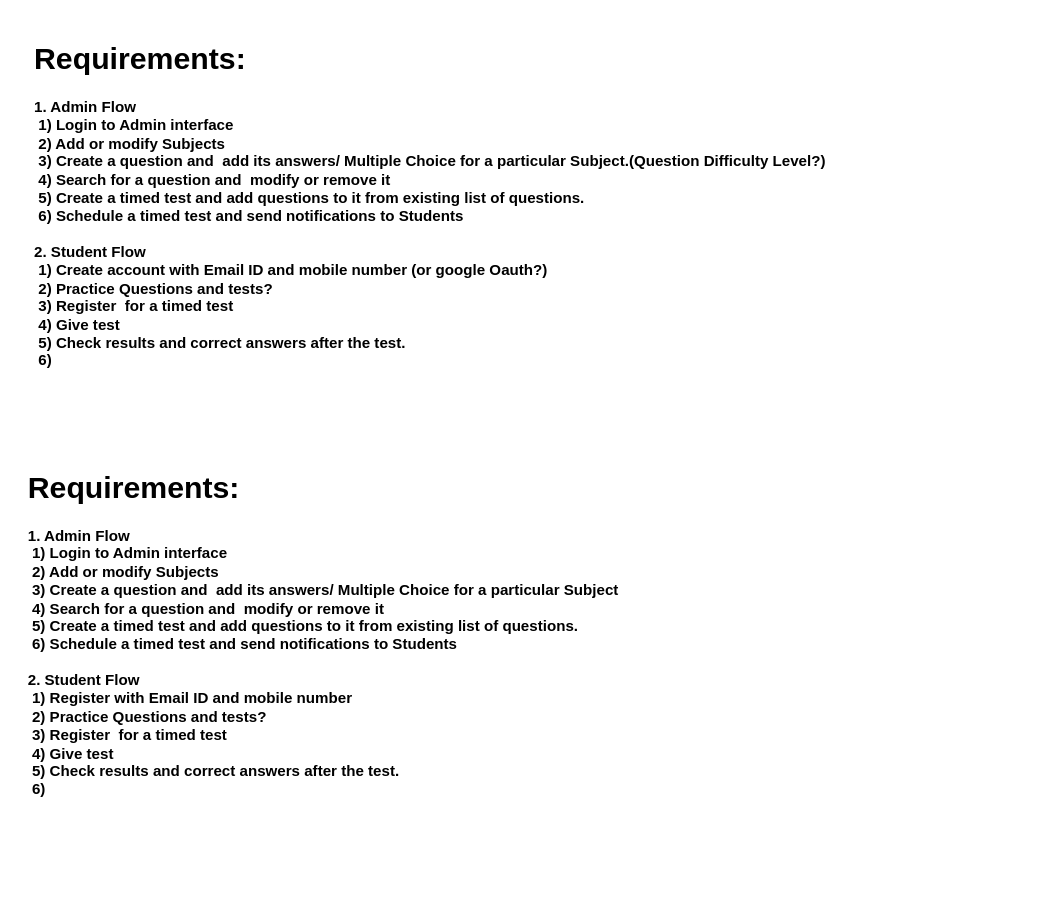
Before: page "Requirements" (1 of 2) of System Design- Pareeksha.drawio in Saikapp/order-management-system, a draw.io diagram. Source tidied: cells renumbered, new cells numbered last; positions are measured from the earlier drawing's top-left corner, leaving out a move shared by most shapes. Both pictures are drawn from the tidied source at 126%, with x=0, y=0 at pixel (21, 34).
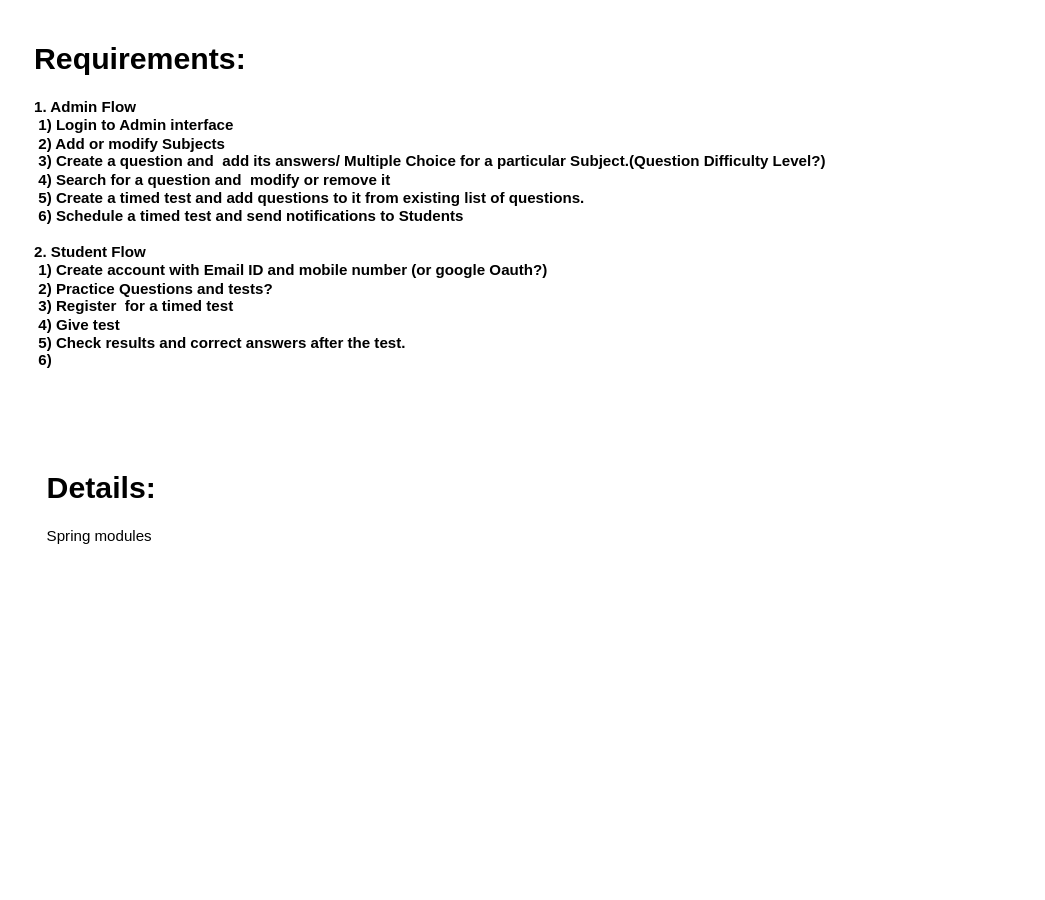
The same page after the edit.

The edit, as a diff of the source:
```diff
@@
 <mxGraphModel>
   <root>
     <mxCell id="0" />
     <mxCell id="1" parent="0" />
     <mxCell id="2" value="&lt;h1&gt;Requirements:&lt;/h1&gt;&lt;div&gt;&lt;b&gt;1. Admin Flow&lt;/b&gt;&lt;/div&gt;&lt;div&gt;&lt;b&gt;&lt;span style=&quot;white-space: pre;&quot;&gt; &lt;/span&gt;1)&amp;nbsp;Login to Admin interface&lt;br&gt;&lt;/b&gt;&lt;/div&gt;&lt;div&gt;&lt;b&gt;&lt;span style=&quot;white-space: pre;&quot;&gt; &lt;/span&gt;2) Add or modify Subjects&lt;br&gt;&lt;/b&gt;&lt;/div&gt;&lt;div&gt;&lt;b&gt;&lt;span style=&quot;white-space: pre;&quot;&gt; &lt;/span&gt;3) Create a question and&amp;nbsp; add its answers/ Multiple Choice for a particular Subject.(Question Difficulty Level?)&lt;/b&gt;&lt;/div&gt;&lt;div&gt;&lt;b&gt;&lt;span style=&quot;white-space: pre;&quot;&gt; &lt;/span&gt;4) Search for a question and&amp;nbsp; modify or remove it&lt;br&gt;&lt;/b&gt;&lt;/div&gt;&lt;div&gt;&lt;b&gt;&lt;span style=&quot;white-space: pre;&quot;&gt; &lt;/span&gt;5) Create a timed test and add questions to it from existing list of questions.&lt;br&gt;&lt;/b&gt;&lt;/div&gt;&lt;div&gt;&lt;b&gt;&lt;span style=&quot;white-space: pre;&quot;&gt; &lt;/span&gt;6) Schedule a timed test and send notifications to Students&lt;br&gt;&lt;/b&gt;&lt;/div&gt;&lt;div&gt;&lt;b&gt;&lt;br&gt;&lt;/b&gt;&lt;/div&gt;&lt;div&gt;&lt;b&gt;2. Student Flow&lt;/b&gt;&lt;/div&gt;&lt;div&gt;&lt;b&gt;&lt;span style=&quot;white-space: pre;&quot;&gt; &lt;/span&gt;1) Create account with Email ID and mobile number (or google Oauth?)&lt;/b&gt;&lt;/div&gt;&lt;div&gt;&lt;b&gt;&lt;span style=&quot;white-space: pre;&quot;&gt; &lt;/span&gt;2) Practice Questions and tests?&lt;/b&gt;&lt;/div&gt;&lt;div&gt;&lt;b&gt;&lt;span style=&quot;white-space: pre;&quot;&gt; &lt;/span&gt;3) Register&amp;nbsp; for a timed test&lt;br&gt;&lt;/b&gt;&lt;/div&gt;&lt;div&gt;&lt;b&gt;&lt;span style=&quot;white-space: pre;&quot;&gt; &lt;/span&gt;4) Give test&lt;br&gt;&lt;/b&gt;&lt;/div&gt;&lt;div&gt;&lt;b&gt;&lt;span style=&quot;white-space: pre;&quot;&gt; &lt;/span&gt;5) Check results and correct answers after the test.&lt;br&gt;&lt;/b&gt;&lt;/div&gt;&lt;div&gt;&lt;b&gt;&lt;span style=&quot;white-space: pre;&quot;&gt; &lt;/span&gt;6)&lt;br&gt;&lt;/b&gt;&lt;/div&gt;&lt;div&gt;&lt;span style=&quot;white-space: pre;&quot;&gt;&lt;b&gt; &lt;/b&gt;&lt;/span&gt;&lt;br&gt;&lt;/div&gt;" style="text;html=1;strokeColor=none;fillColor=none;spacing=5;spacingTop=-20;whiteSpace=wrap;overflow=hidden;rounded=0;" parent="1" vertex="1">
       <mxGeometry x="5" width="780" height="330" as="geometry" />
     </mxCell>
-    <mxCell id="3" value="&lt;h1&gt;Requirements:&lt;/h1&gt;&lt;div&gt;&lt;b&gt;1. Admin Flow&lt;/b&gt;&lt;/div&gt;&lt;div&gt;&lt;b&gt;&lt;span style=&quot;white-space: pre;&quot;&gt; &lt;/span&gt;1)&amp;nbsp;Login to Admin interface&lt;br&gt;&lt;/b&gt;&lt;/div&gt;&lt;div&gt;&lt;b&gt;&lt;span style=&quot;white-space: pre;&quot;&gt; &lt;/span&gt;2) Add or modify Subjects&lt;br&gt;&lt;/b&gt;&lt;/div&gt;&lt;div&gt;&lt;b&gt;&lt;span style=&quot;white-space: pre;&quot;&gt; &lt;/span&gt;3) Create a question and&amp;nbsp; add its answers/ Multiple Choice for a particular Subject&lt;br&gt;&lt;/b&gt;&lt;/div&gt;&lt;div&gt;&lt;b&gt;&lt;span style=&quot;white-space: pre;&quot;&gt; &lt;/span&gt;4) Search for a question and&amp;nbsp; modify or remove it&lt;br&gt;&lt;/b&gt;&lt;/div&gt;&lt;div&gt;&lt;b&gt;&lt;span style=&quot;white-space: pre;&quot;&gt; &lt;/span&gt;5) Create a timed test and add questions to it from existing list of questions.&lt;br&gt;&lt;/b&gt;&lt;/div&gt;&lt;div&gt;&lt;b&gt;&lt;span style=&quot;white-space: pre;&quot;&gt; &lt;/span&gt;6) Schedule a timed test and send notifications to Students&lt;br&gt;&lt;/b&gt;&lt;/div&gt;&lt;div&gt;&lt;b&gt;&lt;br&gt;&lt;/b&gt;&lt;/div&gt;&lt;div&gt;&lt;b&gt;2. Student Flow&lt;/b&gt;&lt;/div&gt;&lt;div&gt;&lt;b&gt;&lt;span style=&quot;white-space: pre;&quot;&gt; &lt;/span&gt;1) Register with Email ID and mobile number&lt;/b&gt;&lt;/div&gt;&lt;div&gt;&lt;b&gt;&lt;span style=&quot;white-space: pre;&quot;&gt; &lt;/span&gt;2) Practice Questions and tests?&lt;/b&gt;&lt;/div&gt;&lt;div&gt;&lt;b&gt;&lt;span style=&quot;white-space: pre;&quot;&gt; &lt;/span&gt;3) Register&amp;nbsp; for a timed test&lt;br&gt;&lt;/b&gt;&lt;/div&gt;&lt;div&gt;&lt;b&gt;&lt;span style=&quot;white-space: pre;&quot;&gt; &lt;/span&gt;4) Give test&lt;br&gt;&lt;/b&gt;&lt;/div&gt;&lt;div&gt;&lt;b&gt;&lt;span style=&quot;white-space: pre;&quot;&gt; &lt;/span&gt;5) Check results and correct answers after the test.&lt;br&gt;&lt;/b&gt;&lt;/div&gt;&lt;div&gt;&lt;b&gt;&lt;span style=&quot;white-space: pre;&quot;&gt; &lt;/span&gt;6)&lt;br&gt;&lt;/b&gt;&lt;/div&gt;&lt;div&gt;&lt;span style=&quot;white-space: pre;&quot;&gt;&lt;b&gt; &lt;/b&gt;&lt;/span&gt;&lt;br&gt;&lt;/div&gt;" style="text;html=1;strokeColor=none;fillColor=none;spacing=5;spacingTop=-20;whiteSpace=wrap;overflow=hidden;rounded=0;" parent="1" vertex="1">
-      <mxGeometry y="340" width="790" height="280" as="geometry" />
-    </mxCell>
+    <mxCell id="4" value="&lt;h1&gt;Details:&lt;/h1&gt;&lt;div&gt;Spring modules&lt;/div&gt;" style="text;html=1;strokeColor=none;fillColor=none;spacing=5;spacingTop=-20;whiteSpace=wrap;overflow=hidden;rounded=0;" parent="1" vertex="1">
+      <mxGeometry x="15" y="340" width="780" height="330" as="geometry" />
+    </mxCell>
   </root>
 </mxGraphModel>
```
